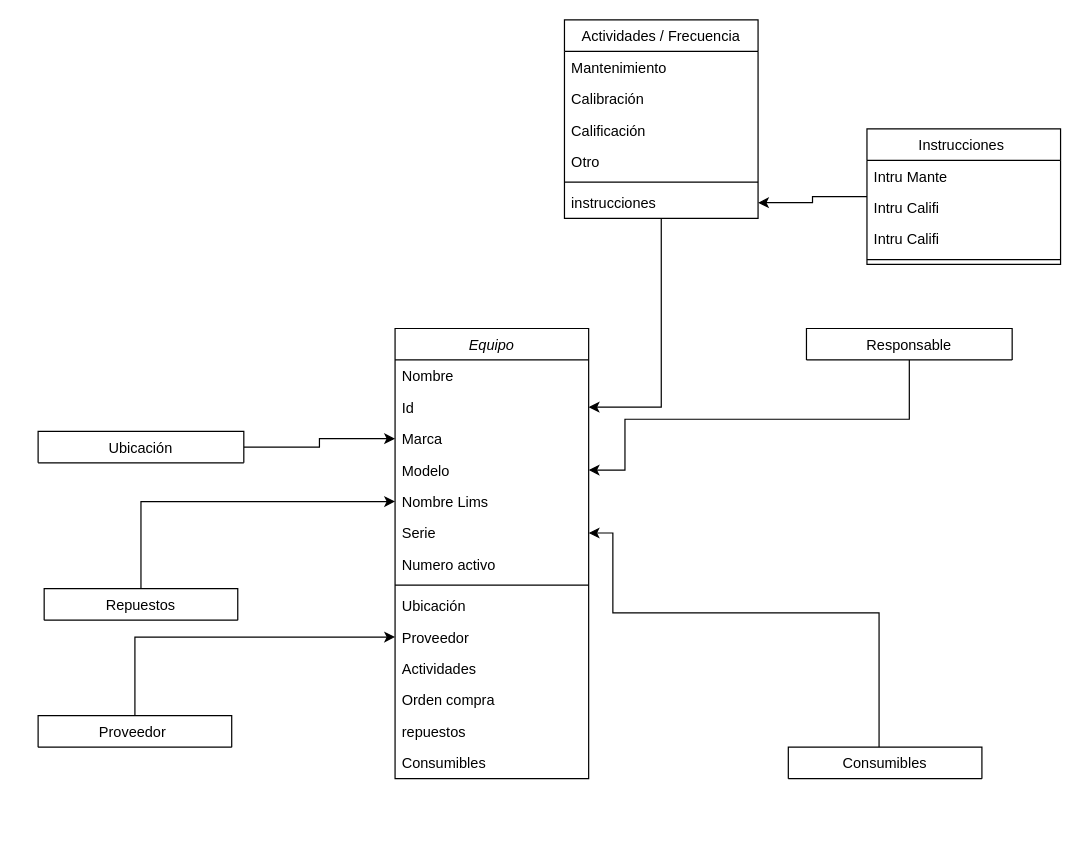
Earlier version of the draw.io diagram Equipo.drawio (TPJuanFelipe/proyec_tq). Source tidied: cells renumbered, new cells numbered last; positions are measured from the earlier drawing's top-left corner, leaving out a move shared by most shapes. Both pictures are drawn from the tidied source at 121%, with x=0, y=0 at pixel (38, 19).
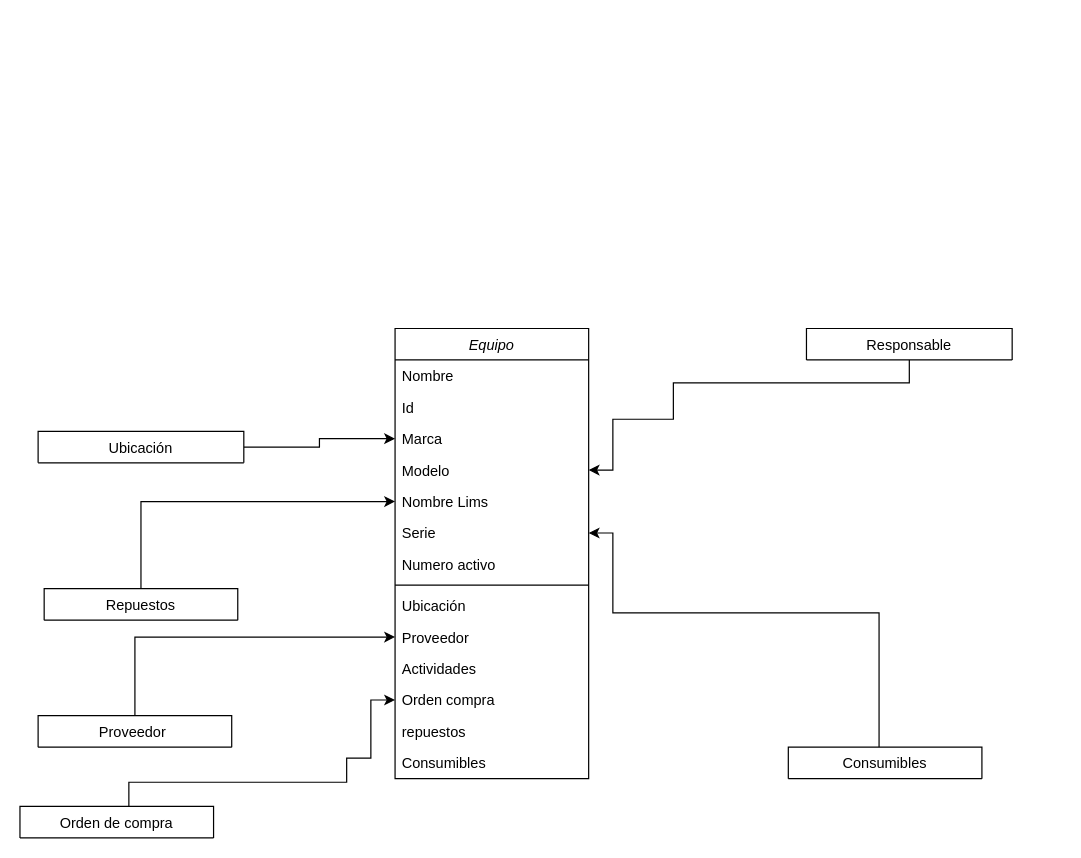
Above is the later version.

The change refers to these unchanged cells:
```xml
<mxCell id="4" value="Id &#10;" style="text;align=left;verticalAlign=top;spacingLeft=4;spacingRight=4;overflow=hidden;points=[[0,0.5],[1,0.5]];portConstraint=eastwest;rounded=0;shadow=0;html=0;" parent="2" vertex="1">
  <mxGeometry y="52" width="160" height="26" as="geometry" />
</mxCell>
<mxCell id="6" value="Modelo" style="text;align=left;verticalAlign=top;spacingLeft=4;spacingRight=4;overflow=hidden;points=[[0,0.5],[1,0.5]];portConstraint=eastwest;rounded=0;shadow=0;html=0;" parent="2" vertex="1">
  <mxGeometry y="104" width="160" height="26" as="geometry" />
</mxCell>
<mxCell id="14" value="Orden compra " style="text;align=left;verticalAlign=top;spacingLeft=4;spacingRight=4;overflow=hidden;points=[[0,0.5],[1,0.5]];portConstraint=eastwest;" parent="2" vertex="1">
  <mxGeometry y="294" width="160" height="26" as="geometry" />
</mxCell>
<mxCell id="36" value="Responsable" style="swimlane;fontStyle=0;align=center;verticalAlign=top;horizontal=1;startSize=26;rounded=0;shadow=0;strokeWidth=1;" parent="1" vertex="1" collapsed="1">
  <mxGeometry x="635" y="255" width="170" height="26" as="geometry" />
</mxCell>
```

Change to the diagram source:
```diff
@@
-    <mxCell id="21" style="edgeStyle=orthogonalEdgeStyle;rounded=0;jettySize=auto;html=1;entryX=1;entryY=0.5;entryDx=0;entryDy=0;" parent="1" edge="1" source="22" target="4">
-      <mxGeometry relative="1" as="geometry" />
-    </mxCell>
-    <mxCell id="22" value="Actividades / Frecuencia&#10;" style="swimlane;fontStyle=0;align=center;verticalAlign=top;horizontal=1;startSize=26;rounded=0;shadow=0;strokeWidth=1;" parent="1" vertex="1">
-      <mxGeometry x="435" width="160" height="164" as="geometry" />
-    </mxCell>
-    <mxCell id="23" value="Mantenimiento " style="text;align=left;verticalAlign=top;spacingLeft=4;spacingRight=4;overflow=hidden;" parent="22" vertex="1">
-      <mxGeometry y="26" width="160" height="26" as="geometry" />
-    </mxCell>
-    <mxCell id="24" value="Calibración" style="text;align=left;verticalAlign=top;spacingLeft=4;spacingRight=4;overflow=hidden;rounded=0;shadow=0;html=0;" parent="22" vertex="1">
-      <mxGeometry y="52" width="160" height="26" as="geometry" />
-    </mxCell>
-    <mxCell id="25" value="Calificación &#10;" style="text;align=left;verticalAlign=top;spacingLeft=4;spacingRight=4;overflow=hidden;rounded=0;shadow=0;html=0;" parent="22" vertex="1">
-      <mxGeometry y="78" width="160" height="26" as="geometry" />
-    </mxCell>
-    <mxCell id="26" value="Otro" style="text;align=left;verticalAlign=top;spacingLeft=4;spacingRight=4;overflow=hidden;rounded=0;shadow=0;html=0;" parent="22" vertex="1">
-      <mxGeometry y="104" width="160" height="26" as="geometry" />
-    </mxCell>
-    <mxCell id="27" style="line;html=1;strokeWidth=1;align=left;verticalAlign=middle;spacingTop=-1;spacingLeft=3;spacingRight=3;labelPosition=right;" parent="22" vertex="1">
-      <mxGeometry y="130" width="160" height="8" as="geometry" />
-    </mxCell>
-    <mxCell id="28" value="instrucciones " style="text;align=left;verticalAlign=top;spacingLeft=4;spacingRight=4;overflow=hidden;points=[[0,0.5],[1,0.5]];portConstraint=eastwest;" parent="22" vertex="1">
-      <mxGeometry y="138" width="160" height="26" as="geometry" />
-    </mxCell>
-    <mxCell id="29" style="edgeStyle=orthogonalEdgeStyle;rounded=0;jettySize=auto;html=1;entryX=1;entryY=0.5;entryDx=0;entryDy=0;" parent="1" edge="1" source="30" target="28">
-      <mxGeometry relative="1" as="geometry" />
-    </mxCell>
-    <mxCell id="30" value="Instrucciones " style="swimlane;fontStyle=0;align=center;verticalAlign=top;horizontal=1;startSize=26;rounded=0;shadow=0;strokeWidth=1;" parent="1" vertex="1">
-      <mxGeometry x="685" y="90" width="160" height="112" as="geometry" />
-    </mxCell>
-    <mxCell id="31" value="Intru Mante&#10;" style="text;align=left;verticalAlign=top;spacingLeft=4;spacingRight=4;overflow=hidden;" parent="30" vertex="1">
-      <mxGeometry y="26" width="160" height="26" as="geometry" />
-    </mxCell>
-    <mxCell id="32" value="Intru Califi" style="text;align=left;verticalAlign=top;spacingLeft=4;spacingRight=4;overflow=hidden;" parent="30" vertex="1">
-      <mxGeometry y="52" width="160" height="26" as="geometry" />
-    </mxCell>
-    <mxCell id="33" value="Intru Califi" style="text;align=left;verticalAlign=top;spacingLeft=4;spacingRight=4;overflow=hidden;" parent="30" vertex="1">
-      <mxGeometry y="78" width="160" height="26" as="geometry" />
-    </mxCell>
-    <mxCell id="34" style="line;html=1;strokeWidth=1;align=left;verticalAlign=middle;spacingTop=-1;spacingLeft=3;spacingRight=3;labelPosition=right;" parent="30" vertex="1">
-      <mxGeometry y="104" width="160" height="8" as="geometry" />
-    </mxCell>
     <mxCell id="35" style="edgeStyle=orthogonalEdgeStyle;rounded=0;jettySize=auto;html=1;entryX=1;entryY=0.5;entryDx=0;entryDy=0;" parent="1" edge="1" source="36" target="6">
       <mxGeometry relative="1" as="geometry">
         <Array as="points">
-          <mxPoint x="720" y="330" />
-          <mxPoint x="485" y="330" />
-          <mxPoint x="485" y="372" />
+          <mxPoint x="720" y="300" />
+          <mxPoint x="525" y="300" />
+          <mxPoint x="525" y="330" />
+          <mxPoint x="475" y="330" />
+          <mxPoint x="475" y="372" />
         </Array>
       </mxGeometry>
     </mxCell>
@@
+    <mxCell id="41" style="edgeStyle=orthogonalEdgeStyle;rounded=0;jettySize=auto;html=1;entryX=0;entryY=0.5;entryDx=0;entryDy=0;" parent="1" edge="1" target="14">
+      <mxGeometry relative="1" as="geometry">
+        <mxPoint x="75" y="650" as="sourcePoint" />
+        <Array as="points">
+          <mxPoint x="75" y="630" />
+          <mxPoint x="255" y="630" />
+          <mxPoint x="255" y="610" />
+          <mxPoint x="275" y="610" />
+          <mxPoint x="275" y="562" />
+        </Array>
+      </mxGeometry>
+    </mxCell>
+    <mxCell id="42" value="Orden de compra" style="swimlane;fontStyle=0;align=center;verticalAlign=top;horizontal=1;startSize=26;rounded=0;shadow=0;strokeWidth=1;" parent="1" vertex="1" collapsed="1">
+      <mxGeometry x="-15" y="650" width="160" height="26" as="geometry" />
+    </mxCell>
```
